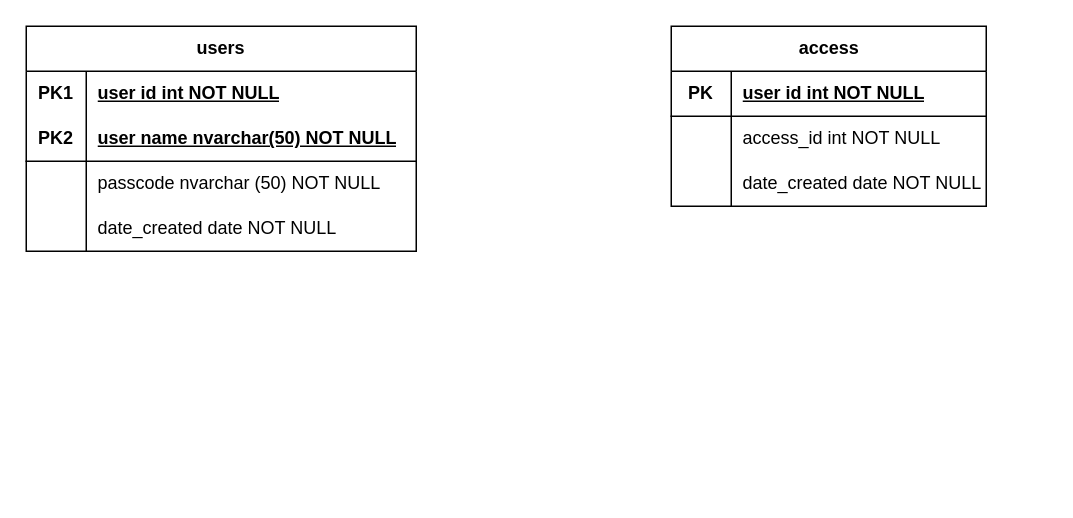
Q0D3R/Portifolio keeps this draw.io diagram as Untitled Diagram.drawio. Above is the earlier version. Source tidied: cells renumbered, new cells numbered last; positions are measured from the earlier drawing's top-left corner, leaving out a move shared by most shapes. Both pictures are drawn from the tidied source at 150%, with x=0, y=0 at pixel (26, 26).
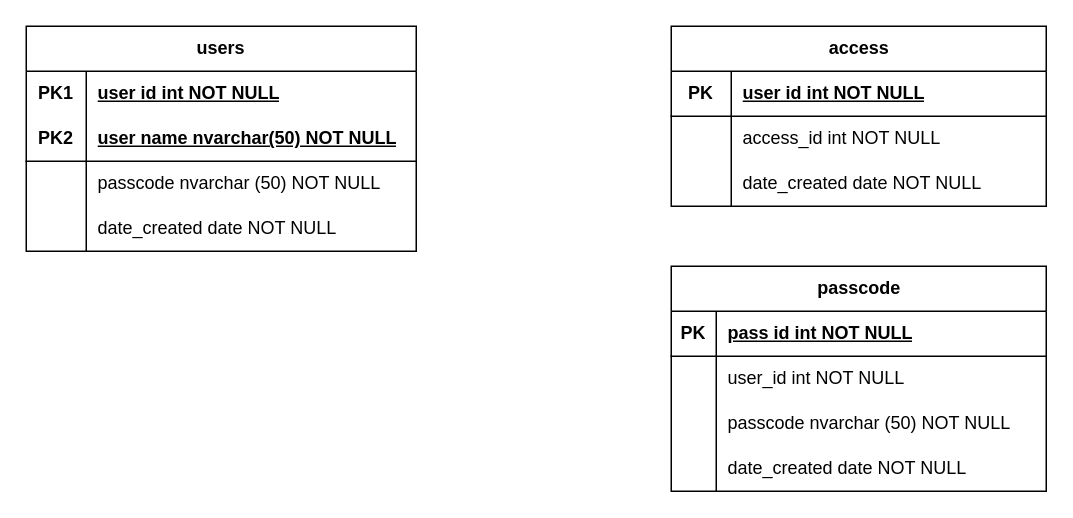
Above is the later version.

Change to the diagram source:
```diff
@@
     <mxCell id="15" value="access" style="shape=table;startSize=30;childLayout=tableLayout;rowLines=0;fontStyle=1;align=center;html=1;" parent="1" vertex="1">
-      <mxGeometry x="430" width="210" height="120" as="geometry" />
+      <mxGeometry x="430" width="250" height="120" as="geometry" />
     </mxCell>
     <mxCell id="16" style="shape=tableRow;horizontal=0;startSize=0;swimlaneHead=0;swimlaneBody=0;fillColor=none;top=0;left=0;right=0;bottom=1;" parent="15" vertex="1">
-      <mxGeometry y="30" width="210" height="30" as="geometry" />
+      <mxGeometry y="30" width="250" height="30" as="geometry" />
     </mxCell>
@@
     <mxCell id="18" value="user id int NOT NULL" style="shape=partialRectangle;fillColor=none;top=0;left=0;bottom=0;right=0;align=left;spacingLeft=6;fontStyle=5;overflow=hidden;whiteSpace=wrap;html=1;" parent="16" vertex="1">
-      <mxGeometry x="40" width="170" height="30" as="geometry" />
+      <mxGeometry x="40" width="210" height="30" as="geometry" />
     </mxCell>
     <mxCell id="19" style="shape=tableRow;horizontal=0;startSize=0;swimlaneHead=0;swimlaneBody=0;fillColor=none;top=0;left=0;right=0;bottom=0;" parent="15" vertex="1">
-      <mxGeometry y="60" width="210" height="30" as="geometry" />
+      <mxGeometry y="60" width="250" height="30" as="geometry" />
     </mxCell>
@@
     <mxCell id="21" value="access_id int NOT NULL" style="shape=partialRectangle;fillColor=none;top=0;left=0;bottom=0;right=0;align=left;spacingLeft=6;overflow=hidden;whiteSpace=wrap;html=1;" parent="19" vertex="1">
-      <mxGeometry x="40" width="170" height="30" as="geometry" />
+      <mxGeometry x="40" width="210" height="30" as="geometry" />
     </mxCell>
     <mxCell id="22" style="shape=tableRow;horizontal=0;startSize=0;swimlaneHead=0;swimlaneBody=0;fillColor=none;top=0;left=0;right=0;bottom=0;" parent="15" vertex="1">
-      <mxGeometry y="90" width="210" height="30" as="geometry" />
+      <mxGeometry y="90" width="250" height="30" as="geometry" />
     </mxCell>
@@
     <mxCell id="24" value="date_created date NOT NULL" style="shape=partialRectangle;fillColor=none;top=0;left=0;bottom=0;right=0;align=left;spacingLeft=6;overflow=hidden;whiteSpace=wrap;html=1;" parent="22" vertex="1">
-      <mxGeometry x="40" width="170" height="30" as="geometry" />
+      <mxGeometry x="40" width="210" height="30" as="geometry" />
     </mxCell>
+    <mxCell id="25" value="passcode" style="shape=table;startSize=30;childLayout=tableLayout;rowLines=0;fontStyle=1;align=center;html=1;" parent="1" vertex="1">
+      <mxGeometry x="430" y="160" width="250" height="150" as="geometry" />
+    </mxCell>
+    <mxCell id="26" style="shape=tableRow;horizontal=0;startSize=0;swimlaneHead=0;swimlaneBody=0;fillColor=none;top=0;left=0;right=0;bottom=1;" parent="25" vertex="1">
+      <mxGeometry y="30" width="250" height="30" as="geometry" />
+    </mxCell>
+    <mxCell id="27" value="PK" style="shape=partialRectangle;fillColor=none;top=0;left=0;bottom=0;right=0;fontStyle=1;overflow=hidden;whiteSpace=wrap;html=1;" parent="26" vertex="1">
+      <mxGeometry width="30" height="30" as="geometry" />
+    </mxCell>
+    <mxCell id="28" value="pass id int NOT NULL" style="shape=partialRectangle;fillColor=none;top=0;left=0;bottom=0;right=0;align=left;spacingLeft=6;fontStyle=5;overflow=hidden;whiteSpace=wrap;html=1;" parent="26" vertex="1">
+      <mxGeometry x="30" width="220" height="30" as="geometry" />
+    </mxCell>
+    <mxCell id="29" style="shape=tableRow;horizontal=0;startSize=0;swimlaneHead=0;swimlaneBody=0;fillColor=none;top=0;left=0;right=0;bottom=0;" parent="25" vertex="1">
+      <mxGeometry y="60" width="250" height="30" as="geometry" />
+    </mxCell>
+    <mxCell id="30" style="shape=partialRectangle;fillColor=none;top=0;left=0;bottom=0;right=0;overflow=hidden;whiteSpace=wrap;html=1;" parent="29" vertex="1">
+      <mxGeometry width="30" height="30" as="geometry" />
+    </mxCell>
+    <mxCell id="31" value="user_id int NOT NULL" style="shape=partialRectangle;fillColor=none;top=0;left=0;bottom=0;right=0;align=left;spacingLeft=6;overflow=hidden;whiteSpace=wrap;html=1;" parent="29" vertex="1">
+      <mxGeometry x="30" width="220" height="30" as="geometry" />
+    </mxCell>
+    <mxCell id="32" style="shape=tableRow;horizontal=0;startSize=0;swimlaneHead=0;swimlaneBody=0;fillColor=none;top=0;left=0;right=0;bottom=0;" parent="25" vertex="1">
+      <mxGeometry y="90" width="250" height="30" as="geometry" />
+    </mxCell>
+    <mxCell id="33" style="shape=partialRectangle;fillColor=none;top=0;left=0;bottom=0;right=0;overflow=hidden;whiteSpace=wrap;html=1;" parent="32" vertex="1">
+      <mxGeometry width="30" height="30" as="geometry" />
+    </mxCell>
+    <mxCell id="34" value="passcode nvarchar (50) NOT NULL" style="shape=partialRectangle;fillColor=none;top=0;left=0;bottom=0;right=0;align=left;spacingLeft=6;overflow=hidden;whiteSpace=wrap;html=1;" parent="32" vertex="1">
+      <mxGeometry x="30" width="220" height="30" as="geometry" />
+    </mxCell>
+    <mxCell id="35" style="shape=tableRow;horizontal=0;startSize=0;swimlaneHead=0;swimlaneBody=0;fillColor=none;top=0;left=0;right=0;bottom=0;" parent="25" vertex="1">
+      <mxGeometry y="120" width="250" height="30" as="geometry" />
+    </mxCell>
+    <mxCell id="36" style="shape=partialRectangle;fillColor=none;top=0;left=0;bottom=0;right=0;overflow=hidden;whiteSpace=wrap;html=1;" parent="35" vertex="1">
+      <mxGeometry width="30" height="30" as="geometry" />
+    </mxCell>
+    <mxCell id="37" value="date_created date NOT NULL" style="shape=partialRectangle;fillColor=none;top=0;left=0;bottom=0;right=0;align=left;spacingLeft=6;overflow=hidden;whiteSpace=wrap;html=1;" parent="35" vertex="1">
+      <mxGeometry x="30" width="220" height="30" as="geometry" />
+    </mxCell>
```
